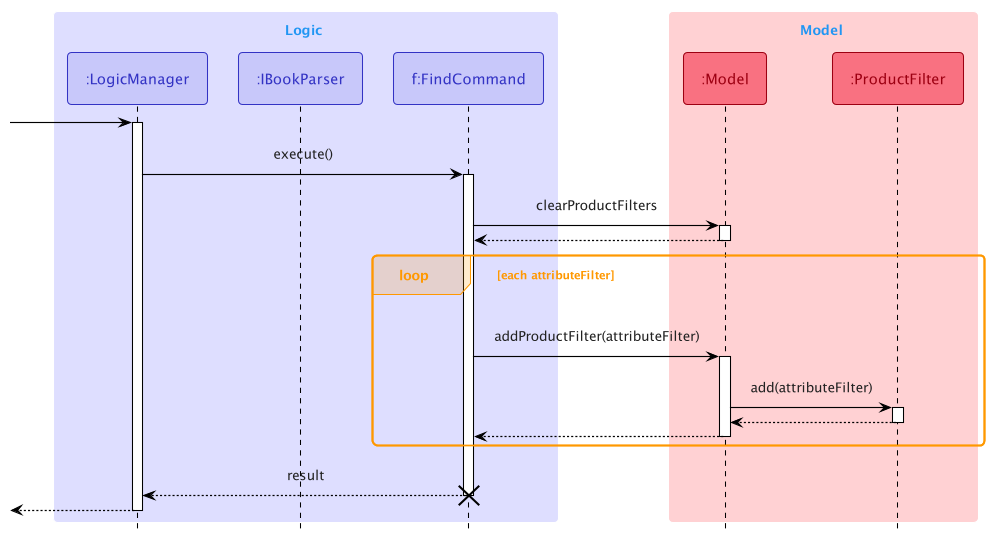
This is docs/images/FindExecutionSequenceDiagram.png from nus-cs2103-AY2122S2/tp, a PlantUML export, as it was before one commit.
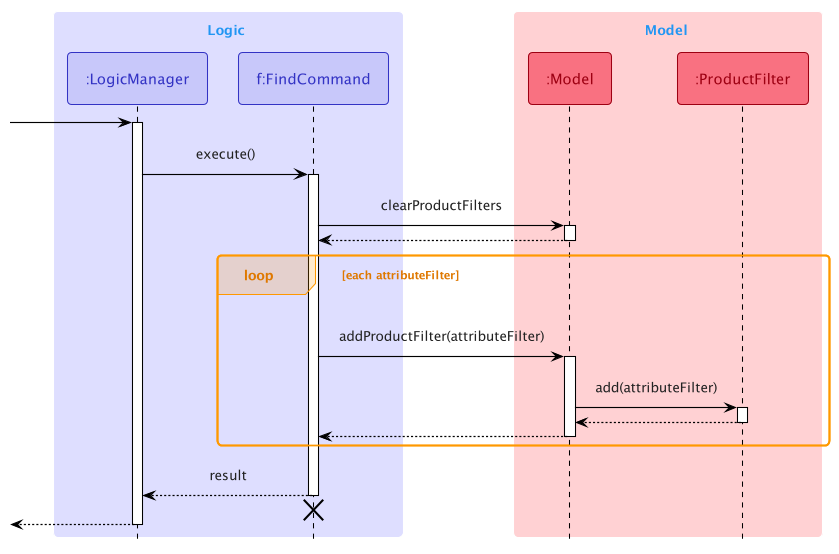
After the change.

The edit, as a diff of the source:
```diff
@@ -4,7 +4,6 @@
 
 box Logic LOGIC_COLOR_LIGHT
 participant ":LogicManager" as LogicManager<<Logic>>
-participant ":IBookParser" as IBookParser<<Logic>>
 participant "f:FindCommand" as FindCommand<<Logic>>
 end box
 
@@ -41,6 +40,7 @@
 
 FindCommand --> LogicManager : result
 deactivate FindCommand
+FindCommand -[hidden]-> LogicManager
 destroy FindCommand
 
 [<--LogicManager
```
